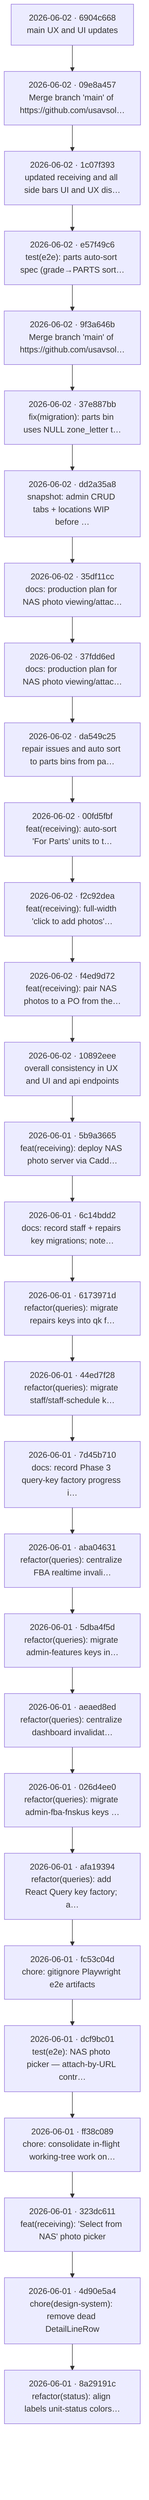
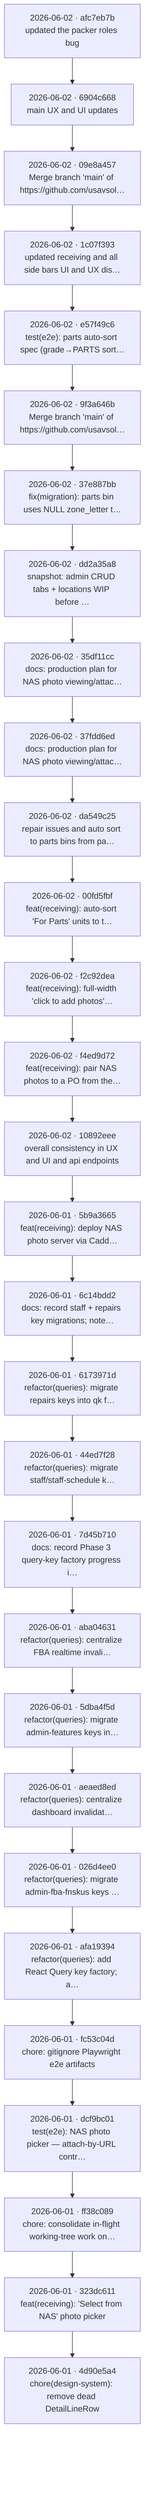
flowchart TB
-   c0["2026-06-02 · 6904c668<br/>main UX and UI updates"]
-   c1["2026-06-02 · 09e8a457<br/>Merge branch 'main' of https://github.com/usavsol…"]
+   c0["2026-06-02 · afc7eb7b<br/>updated the packer roles bug"]
+   c1["2026-06-02 · 6904c668<br/>main UX and UI updates"]
  c0 --> c1
-   c2["2026-06-02 · 1c07f393<br/>updated receiving and all side bars UI and UX dis…"]
+   c2["2026-06-02 · 09e8a457<br/>Merge branch 'main' of https://github.com/usavsol…"]
  c1 --> c2
-   c3["2026-06-02 · e57f49c6<br/>test(e2e): parts auto-sort spec (grade→PARTS sort…"]
+   c3["2026-06-02 · 1c07f393<br/>updated receiving and all side bars UI and UX dis…"]
  c2 --> c3
-   c4["2026-06-02 · 9f3a646b<br/>Merge branch 'main' of https://github.com/usavsol…"]
+   c4["2026-06-02 · e57f49c6<br/>test(e2e): parts auto-sort spec (grade→PARTS sort…"]
  c3 --> c4
-   c5["2026-06-02 · 37e887bb<br/>fix(migration): parts bin uses NULL zone_letter t…"]
+   c5["2026-06-02 · 9f3a646b<br/>Merge branch 'main' of https://github.com/usavsol…"]
  c4 --> c5
-   c6["2026-06-02 · dd2a35a8<br/>snapshot: admin CRUD tabs + locations WIP before …"]
+   c6["2026-06-02 · 37e887bb<br/>fix(migration): parts bin uses NULL zone_letter t…"]
  c5 --> c6
-   c7["2026-06-02 · 35df11cc<br/>docs: production plan for NAS photo viewing/attac…"]
+   c7["2026-06-02 · dd2a35a8<br/>snapshot: admin CRUD tabs + locations WIP before …"]
  c6 --> c7
-   c8["2026-06-02 · 37fdd6ed<br/>docs: production plan for NAS photo viewing/attac…"]
+   c8["2026-06-02 · 35df11cc<br/>docs: production plan for NAS photo viewing/attac…"]
  c7 --> c8
-   c9["2026-06-02 · da549c25<br/>repair issues and auto sort to parts bins from pa…"]
+   c9["2026-06-02 · 37fdd6ed<br/>docs: production plan for NAS photo viewing/attac…"]
  c8 --> c9
-   c10["2026-06-02 · 00fd5fbf<br/>feat(receiving): auto-sort 'For Parts' units to t…"]
+   c10["2026-06-02 · da549c25<br/>repair issues and auto sort to parts bins from pa…"]
  c9 --> c10
-   c11["2026-06-02 · f2c92dea<br/>feat(receiving): full-width 'click to add photos'…"]
+   c11["2026-06-02 · 00fd5fbf<br/>feat(receiving): auto-sort 'For Parts' units to t…"]
  c10 --> c11
-   c12["2026-06-02 · f4ed9d72<br/>feat(receiving): pair NAS photos to a PO from the…"]
+   c12["2026-06-02 · f2c92dea<br/>feat(receiving): full-width 'click to add photos'…"]
  c11 --> c12
-   c13["2026-06-02 · 10892eee<br/>overall consistency in UX and UI and api endpoints"]
+   c13["2026-06-02 · f4ed9d72<br/>feat(receiving): pair NAS photos to a PO from the…"]
  c12 --> c13
-   c14["2026-06-01 · 5b9a3665<br/>feat(receiving): deploy NAS photo server via Cadd…"]
+   c14["2026-06-02 · 10892eee<br/>overall consistency in UX and UI and api endpoints"]
  c13 --> c14
-   c15["2026-06-01 · 6c14bdd2<br/>docs: record staff + repairs key migrations; note…"]
+   c15["2026-06-01 · 5b9a3665<br/>feat(receiving): deploy NAS photo server via Cadd…"]
  c14 --> c15
-   c16["2026-06-01 · 6173971d<br/>refactor(queries): migrate repairs keys into qk f…"]
+   c16["2026-06-01 · 6c14bdd2<br/>docs: record staff + repairs key migrations; note…"]
  c15 --> c16
-   c17["2026-06-01 · 44ed7f28<br/>refactor(queries): migrate staff/staff-schedule k…"]
+   c17["2026-06-01 · 6173971d<br/>refactor(queries): migrate repairs keys into qk f…"]
  c16 --> c17
-   c18["2026-06-01 · 7d45b710<br/>docs: record Phase 3 query-key factory progress i…"]
+   c18["2026-06-01 · 44ed7f28<br/>refactor(queries): migrate staff/staff-schedule k…"]
  c17 --> c18
-   c19["2026-06-01 · aba04631<br/>refactor(queries): centralize FBA realtime invali…"]
+   c19["2026-06-01 · 7d45b710<br/>docs: record Phase 3 query-key factory progress i…"]
  c18 --> c19
-   c20["2026-06-01 · 5dba4f5d<br/>refactor(queries): migrate admin-features keys in…"]
+   c20["2026-06-01 · aba04631<br/>refactor(queries): centralize FBA realtime invali…"]
  c19 --> c20
-   c21["2026-06-01 · aeaed8ed<br/>refactor(queries): centralize dashboard invalidat…"]
+   c21["2026-06-01 · 5dba4f5d<br/>refactor(queries): migrate admin-features keys in…"]
  c20 --> c21
-   c22["2026-06-01 · 026d4ee0<br/>refactor(queries): migrate admin-fba-fnskus keys …"]
+   c22["2026-06-01 · aeaed8ed<br/>refactor(queries): centralize dashboard invalidat…"]
  c21 --> c22
-   c23["2026-06-01 · afa19394<br/>refactor(queries): add React Query key factory; a…"]
+   c23["2026-06-01 · 026d4ee0<br/>refactor(queries): migrate admin-fba-fnskus keys …"]
  c22 --> c23
-   c24["2026-06-01 · fc53c04d<br/>chore: gitignore Playwright e2e artifacts"]
+   c24["2026-06-01 · afa19394<br/>refactor(queries): add React Query key factory; a…"]
  c23 --> c24
-   c25["2026-06-01 · dcf9bc01<br/>test(e2e): NAS photo picker — attach-by-URL contr…"]
+   c25["2026-06-01 · fc53c04d<br/>chore: gitignore Playwright e2e artifacts"]
  c24 --> c25
-   c26["2026-06-01 · ff38c089<br/>chore: consolidate in-flight working-tree work on…"]
+   c26["2026-06-01 · dcf9bc01<br/>test(e2e): NAS photo picker — attach-by-URL contr…"]
  c25 --> c26
-   c27["2026-06-01 · 323dc611<br/>feat(receiving): 'Select from NAS' photo picker"]
+   c27["2026-06-01 · ff38c089<br/>chore: consolidate in-flight working-tree work on…"]
  c26 --> c27
-   c28["2026-06-01 · 4d90e5a4<br/>chore(design-system): remove dead DetailLineRow"]
+   c28["2026-06-01 · 323dc611<br/>feat(receiving): 'Select from NAS' photo picker"]
  c27 --> c28
-   c29["2026-06-01 · 8a29191c<br/>refactor(status): align labels unit-status colors…"]
+   c29["2026-06-01 · 4d90e5a4<br/>chore(design-system): remove dead DetailLineRow"]
  c28 --> c29